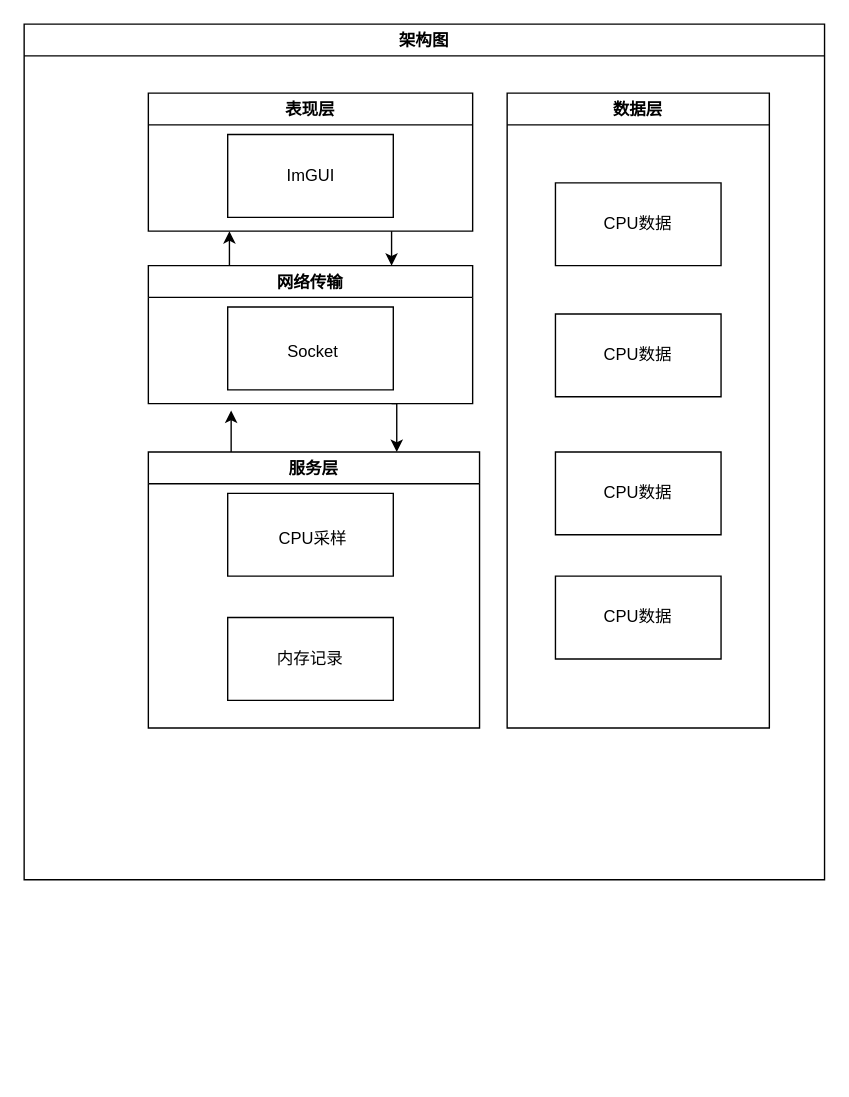
This is profiler.drawio from cyc4188/image, a draw.io file, before an edit. Source tidied: cells renumbered, new cells numbered last; positions are measured from the earlier drawing's top-left corner, leaving out a move shared by most shapes. Both pictures are drawn from the tidied source at 138%, with x=0, y=0 at pixel (23, 23).
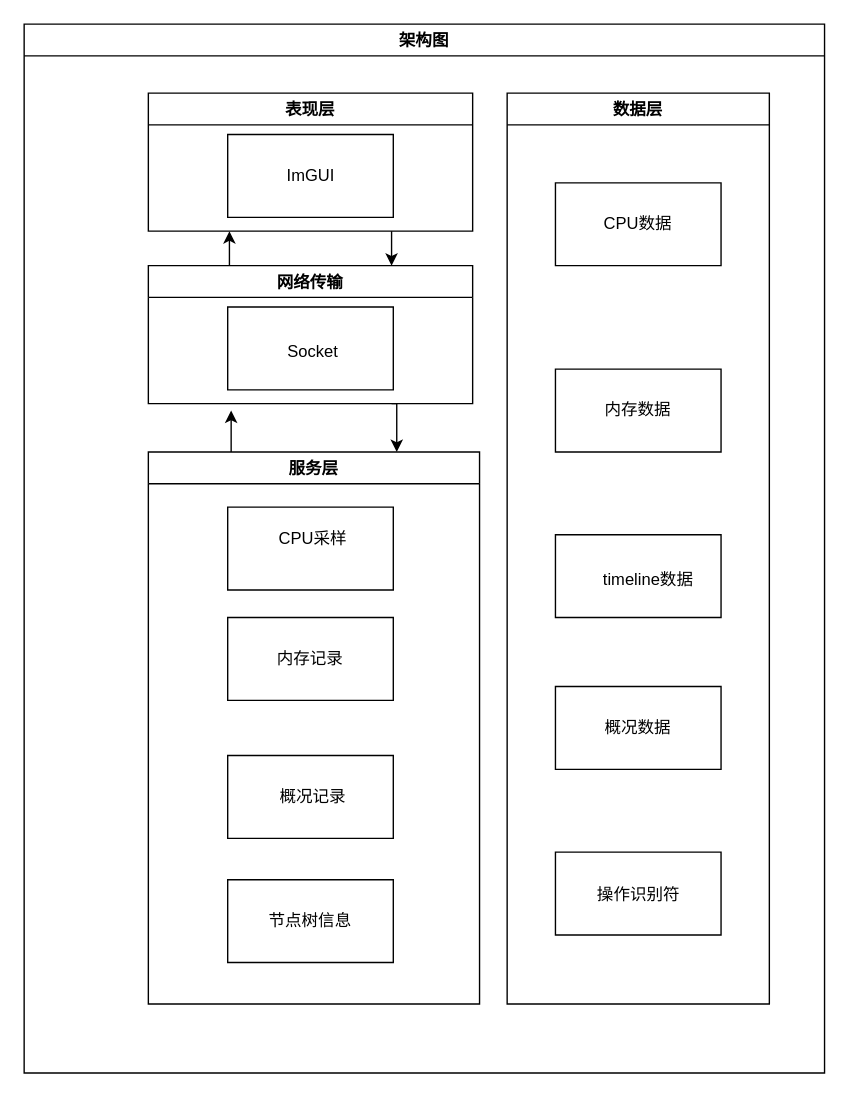
After the change.

Change to the diagram source:
```diff
@@
     <mxCell id="2" value="架构图" style="swimlane;" parent="1" vertex="1">
-      <mxGeometry width="580" height="620" as="geometry" />
+      <mxGeometry width="580" height="760" as="geometry" />
     </mxCell>
@@
     <mxCell id="13" value="服务层" style="swimlane;" parent="2" vertex="1">
-      <mxGeometry x="90" y="310" width="240" height="200" as="geometry" />
+      <mxGeometry x="90" y="310" width="240" height="400" as="geometry" />
     </mxCell>
     <mxCell id="14" style="verticalLabelPosition=bottom;verticalAlign=top;html=1;shape=mxgraph.basic.rect;fillColor2=none;strokeWidth=1;size=20;indent=5;" parent="13" vertex="1">
-      <mxGeometry x="57.5" y="30" width="120" height="60" as="geometry" />
+      <mxGeometry x="57.5" y="40" width="120" height="60" as="geometry" />
     </mxCell>
@@
+    <mxCell id="27" style="verticalLabelPosition=bottom;verticalAlign=top;html=1;shape=mxgraph.basic.rect;fillColor2=none;strokeWidth=1;size=20;indent=5;" parent="13" vertex="1">
+      <mxGeometry x="57.5" y="220" width="120" height="60" as="geometry" />
+    </mxCell>
+    <mxCell id="28" style="verticalLabelPosition=bottom;verticalAlign=top;html=1;shape=mxgraph.basic.rect;fillColor2=none;strokeWidth=1;size=20;indent=5;" parent="13" vertex="1">
+      <mxGeometry x="57.5" y="310" width="120" height="60" as="geometry" />
+    </mxCell>
+    <mxCell id="29" value="概况记录" style="text;html=1;strokeColor=none;fillColor=none;align=center;verticalAlign=middle;whiteSpace=wrap;rounded=0;" parent="13" vertex="1">
+      <mxGeometry x="87.5" y="232.5" width="62.5" height="35" as="geometry" />
+    </mxCell>
+    <mxCell id="30" value="节点树信息" style="text;html=1;strokeColor=none;fillColor=none;align=center;verticalAlign=middle;whiteSpace=wrap;rounded=0;" parent="13" vertex="1">
+      <mxGeometry x="86.2" y="322.5" width="62.5" height="35" as="geometry" />
+    </mxCell>
     <mxCell id="18" value="数据层" style="swimlane;" parent="2" vertex="1">
-      <mxGeometry x="350" y="50" width="190" height="460" as="geometry" />
+      <mxGeometry x="350" y="50" width="190" height="660" as="geometry" />
     </mxCell>
@@
     <mxCell id="20" style="verticalLabelPosition=bottom;verticalAlign=top;html=1;shape=mxgraph.basic.rect;fillColor2=none;strokeWidth=1;size=20;indent=5;" parent="18" vertex="1">
-      <mxGeometry x="35" y="160" width="120" height="60" as="geometry" />
+      <mxGeometry x="35" y="200" width="120" height="60" as="geometry" />
     </mxCell>
     <mxCell id="21" style="verticalLabelPosition=bottom;verticalAlign=top;html=1;shape=mxgraph.basic.rect;fillColor2=none;strokeWidth=1;size=20;indent=5;" parent="18" vertex="1">
-      <mxGeometry x="35" y="260" width="120" height="60" as="geometry" />
+      <mxGeometry x="35" y="320" width="120" height="60" as="geometry" />
     </mxCell>
     <mxCell id="22" style="verticalLabelPosition=bottom;verticalAlign=top;html=1;shape=mxgraph.basic.rect;fillColor2=none;strokeWidth=1;size=20;indent=5;" parent="18" vertex="1">
-      <mxGeometry x="35" y="350" width="120" height="60" as="geometry" />
+      <mxGeometry x="35" y="430" width="120" height="60" as="geometry" />
     </mxCell>
@@
-    <mxCell id="24" value="CPU数据" style="text;html=1;strokeColor=none;fillColor=none;align=center;verticalAlign=middle;whiteSpace=wrap;rounded=0;" parent="18" vertex="1">
-      <mxGeometry x="65" y="175" width="60" height="30" as="geometry" />
+    <mxCell id="24" value="内存数据" style="text;html=1;strokeColor=none;fillColor=none;align=center;verticalAlign=middle;whiteSpace=wrap;rounded=0;" parent="18" vertex="1">
+      <mxGeometry x="65" y="215" width="60" height="30" as="geometry" />
     </mxCell>
-    <mxCell id="25" value="CPU数据" style="text;html=1;strokeColor=none;fillColor=none;align=center;verticalAlign=middle;whiteSpace=wrap;rounded=0;" parent="18" vertex="1">
-      <mxGeometry x="65" y="275" width="60" height="30" as="geometry" />
+    <mxCell id="25" value="timeline数据" style="text;html=1;strokeColor=none;fillColor=none;align=center;verticalAlign=middle;whiteSpace=wrap;rounded=0;" parent="18" vertex="1">
+      <mxGeometry x="65" y="335" width="75" height="35" as="geometry" />
     </mxCell>
-    <mxCell id="26" value="CPU数据" style="text;html=1;strokeColor=none;fillColor=none;align=center;verticalAlign=middle;whiteSpace=wrap;rounded=0;" parent="18" vertex="1">
-      <mxGeometry x="65" y="365" width="60" height="30" as="geometry" />
+    <mxCell id="26" value="概况数据" style="text;html=1;strokeColor=none;fillColor=none;align=center;verticalAlign=middle;whiteSpace=wrap;rounded=0;" parent="18" vertex="1">
+      <mxGeometry x="65" y="445" width="60" height="30" as="geometry" />
     </mxCell>
+    <mxCell id="31" style="verticalLabelPosition=bottom;verticalAlign=top;html=1;shape=mxgraph.basic.rect;fillColor2=none;strokeWidth=1;size=20;indent=5;" parent="18" vertex="1">
+      <mxGeometry x="35" y="550" width="120" height="60" as="geometry" />
+    </mxCell>
+    <mxCell id="32" value="操作识别符" style="text;html=1;strokeColor=none;fillColor=none;align=center;verticalAlign=middle;whiteSpace=wrap;rounded=0;" parent="18" vertex="1">
+      <mxGeometry x="63" y="563" width="65" height="35" as="geometry" />
+    </mxCell>
```
